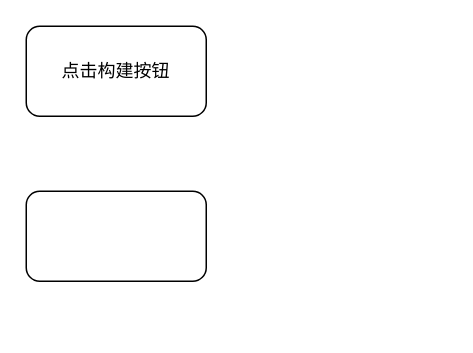
The draw.io diagram build.drawio in wupei-w/diagrams, before the edit. Source tidied: cells renumbered, new cells numbered last; positions are measured from the earlier drawing's top-left corner, leaving out a move shared by most shapes. Both pictures are drawn from the tidied source at 150%, with x=0, y=0 at pixel (26, 26).
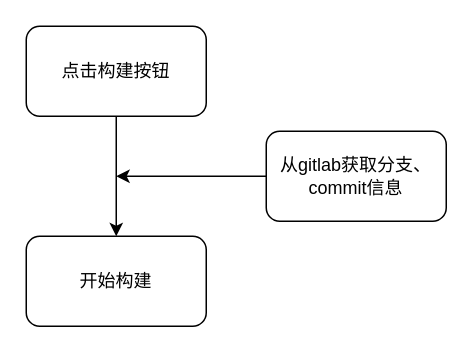
The same diagram, later.

The edit, as a diff of the source:
```diff
@@
 <mxGraphModel>
   <root>
     <mxCell id="0" />
     <mxCell id="1" parent="0" />
+    <mxCell id="4" style="edgeStyle=orthogonalEdgeStyle;rounded=0;jettySize=auto;html=1;" parent="1" edge="1" source="2" target="3">
+      <mxGeometry relative="1" as="geometry" />
+    </mxCell>
     <mxCell id="2" value="点击构建按钮" style="rounded=1;whiteSpace=wrap;html=1;" parent="1" vertex="1">
       <mxGeometry width="120" height="60" as="geometry" />
     </mxCell>
-    <mxCell id="3" style="rounded=1;whiteSpace=wrap;html=1;" parent="1" vertex="1">
-      <mxGeometry y="110" width="120" height="60" as="geometry" />
+    <mxCell id="3" value="开始构建" style="rounded=1;whiteSpace=wrap;html=1;" parent="1" vertex="1">
+      <mxGeometry y="140" width="120" height="60" as="geometry" />
     </mxCell>
+    <mxCell id="5" style="edgeStyle=orthogonalEdgeStyle;rounded=0;jettySize=auto;html=1;" parent="1" edge="1" source="6">
+      <mxGeometry relative="1" as="geometry">
+        <mxPoint x="60" y="100" as="targetPoint" />
+      </mxGeometry>
+    </mxCell>
+    <mxCell id="6" value="从gitlab获取分支、commit信息" style="rounded=1;whiteSpace=wrap;html=1;" parent="1" vertex="1">
+      <mxGeometry x="160" y="70" width="120" height="60" as="geometry" />
+    </mxCell>
   </root>
 </mxGraphModel>
```
